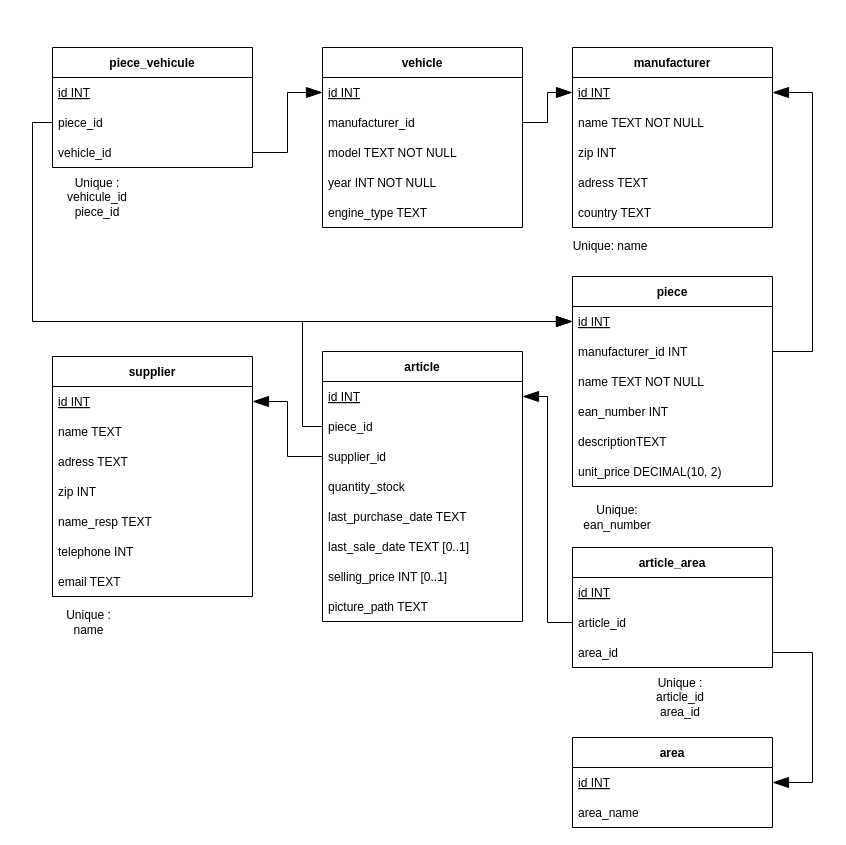
alexhohn/projet_garage keeps this draw.io diagram as Documentation/Schema/SQL_Garage_valide.drawio. Above is the earlier version. Source tidied: cells renumbered, new cells numbered last; positions are measured from the earlier drawing's top-left corner, leaving out a move shared by most shapes. Both pictures are drawn from the tidied source at 100%, with x=0, y=0 at pixel (-18, 47).
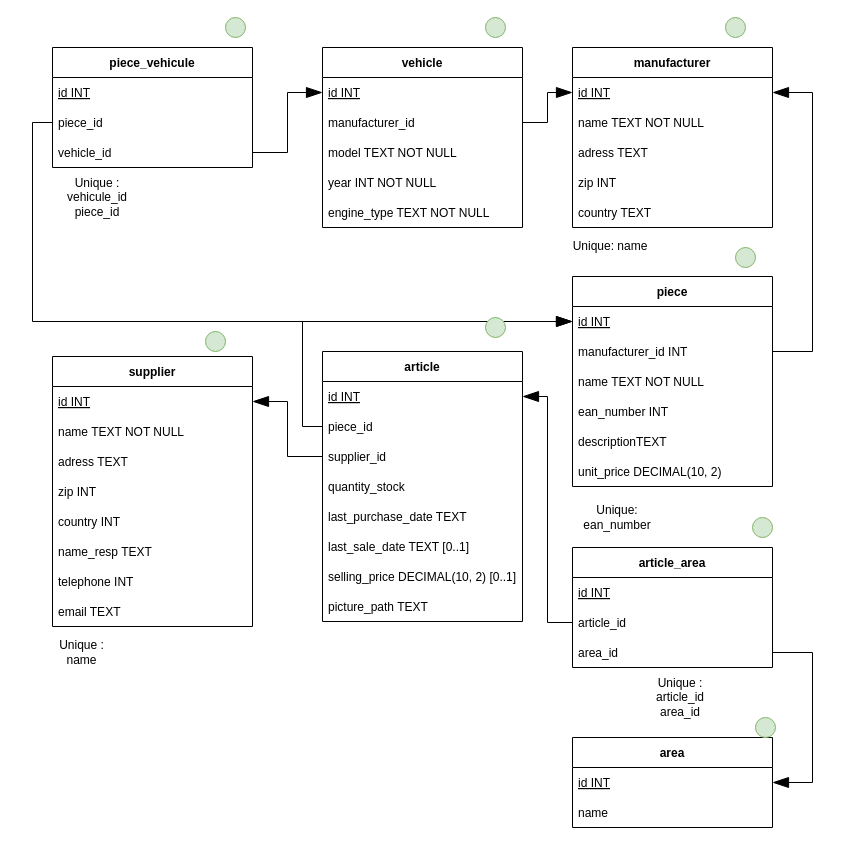
The same diagram, later.

The change refers to these unchanged cells:
```xml
<mxCell id="17" value="manufacturer" style="swimlane;fontStyle=1;horizontal=1;startSize=30;hachureGap=4;" parent="1" vertex="1">
  <mxGeometry x="590" width="200" height="180" as="geometry" />
</mxCell>
<mxCell id="23" value="vehicle" style="swimlane;fontStyle=1;horizontal=1;startSize=30;hachureGap=4;" parent="1" vertex="1">
  <mxGeometry x="340" width="200" height="180" as="geometry" />
</mxCell>
<mxCell id="29" value="area" style="swimlane;fontStyle=1;horizontal=1;startSize=30;hachureGap=4;" parent="1" vertex="1">
  <mxGeometry x="590" y="690" width="200" height="90" as="geometry" />
</mxCell>
<mxCell id="41" value="article" style="swimlane;fontStyle=1;horizontal=1;startSize=30;hachureGap=4;" parent="1" vertex="1">
  <mxGeometry x="340" y="304" width="200" height="270" as="geometry" />
</mxCell>
```

The edit, as a diff of the source:
```diff
@@
     <mxCell id="2" value="supplier" style="swimlane;fontStyle=1;horizontal=1;startSize=30;hachureGap=4;" parent="1" vertex="1">
-      <mxGeometry x="70" y="309" width="200" height="240" as="geometry" />
+      <mxGeometry x="70" y="309" width="200" height="270" as="geometry" />
     </mxCell>
@@
-    <mxCell id="4" value="name TEXT" style="text;strokeColor=none;fillColor=none;align=left;verticalAlign=middle;spacingLeft=4;spacingRight=4;overflow=hidden;" parent="2" vertex="1">
+    <mxCell id="4" value="name TEXT NOT NULL" style="text;strokeColor=none;fillColor=none;align=left;verticalAlign=middle;spacingLeft=4;spacingRight=4;overflow=hidden;" parent="2" vertex="1">
       <mxGeometry y="60" width="200" height="30" as="geometry" />
     </mxCell>
@@
+    <mxCell id="62" value="country INT" style="text;strokeColor=none;fillColor=none;align=left;verticalAlign=middle;spacingLeft=4;spacingRight=4;overflow=hidden;" parent="2" vertex="1">
+      <mxGeometry y="150" width="200" height="30" as="geometry" />
+    </mxCell>
     <mxCell id="7" value="name_resp TEXT " style="text;strokeColor=none;fillColor=none;align=left;verticalAlign=middle;spacingLeft=4;spacingRight=4;overflow=hidden;" parent="2" vertex="1">
-      <mxGeometry y="150" width="200" height="30" as="geometry" />
+      <mxGeometry y="180" width="200" height="30" as="geometry" />
     </mxCell>
     <mxCell id="8" value="telephone INT " style="text;strokeColor=none;fillColor=none;align=left;verticalAlign=middle;spacingLeft=4;spacingRight=4;overflow=hidden;" parent="2" vertex="1">
-      <mxGeometry y="180" width="200" height="30" as="geometry" />
+      <mxGeometry y="210" width="200" height="30" as="geometry" />
     </mxCell>
     <mxCell id="9" value="email TEXT " style="text;strokeColor=none;fillColor=none;align=left;verticalAlign=middle;spacingLeft=4;spacingRight=4;overflow=hidden;" parent="2" vertex="1">
-      <mxGeometry y="210" width="200" height="30" as="geometry" />
+      <mxGeometry y="240" width="200" height="30" as="geometry" />
     </mxCell>
@@
+    <mxCell id="21" value="adress TEXT" style="text;strokeColor=none;fillColor=none;align=left;verticalAlign=middle;spacingLeft=4;spacingRight=4;overflow=hidden;" parent="17" vertex="1">
+      <mxGeometry y="90" width="200" height="30" as="geometry" />
+    </mxCell>
     <mxCell id="20" value="zip INT" style="text;strokeColor=none;fillColor=none;align=left;verticalAlign=middle;spacingLeft=4;spacingRight=4;overflow=hidden;" parent="17" vertex="1">
-      <mxGeometry y="90" width="200" height="30" as="geometry" />
+      <mxGeometry y="120" width="200" height="30" as="geometry" />
     </mxCell>
-    <mxCell id="21" value="adress TEXT" style="text;strokeColor=none;fillColor=none;align=left;verticalAlign=middle;spacingLeft=4;spacingRight=4;overflow=hidden;" parent="17" vertex="1">
-      <mxGeometry y="120" width="200" height="30" as="geometry" />
-    </mxCell>
@@
-    <mxCell id="28" value="engine_type TEXT " style="text;strokeColor=none;fillColor=none;align=left;verticalAlign=middle;spacingLeft=4;spacingRight=4;overflow=hidden;" parent="23" vertex="1">
+    <mxCell id="28" value="engine_type TEXT NOT NULL" style="text;strokeColor=none;fillColor=none;align=left;verticalAlign=middle;spacingLeft=4;spacingRight=4;overflow=hidden;" parent="23" vertex="1">
       <mxGeometry y="150" width="200" height="30" as="geometry" />
     </mxCell>
@@
-    <mxCell id="31" value="area_name" style="text;strokeColor=none;fillColor=none;align=left;verticalAlign=middle;spacingLeft=4;spacingRight=4;overflow=hidden;fontStyle=0;" parent="29" vertex="1">
+    <mxCell id="31" value="name" style="text;strokeColor=none;fillColor=none;align=left;verticalAlign=middle;spacingLeft=4;spacingRight=4;overflow=hidden;fontStyle=0;" parent="29" vertex="1">
       <mxGeometry y="60" width="200" height="30" as="geometry" />
     </mxCell>
@@
     <mxCell id="40" value="Unique :&lt;br&gt;name " style="text;html=1;strokeColor=none;fillColor=none;align=center;verticalAlign=middle;whiteSpace=wrap;rounded=0;hachureGap=4;" parent="1" vertex="1">
-      <mxGeometry x="70" y="560" width="73" height="30" as="geometry" />
+      <mxGeometry x="63" y="590" width="73" height="30" as="geometry" />
     </mxCell>
@@
-    <mxCell id="48" value="selling_price INT [0..1]" style="text;strokeColor=none;fillColor=none;align=left;verticalAlign=middle;spacingLeft=4;spacingRight=4;overflow=hidden;fontStyle=0;" parent="41" vertex="1">
+    <mxCell id="48" value="selling_price DECIMAL(10, 2) [0..1]" style="text;strokeColor=none;fillColor=none;align=left;verticalAlign=middle;spacingLeft=4;spacingRight=4;overflow=hidden;fontStyle=0;" parent="41" vertex="1">
       <mxGeometry y="210" width="200" height="30" as="geometry" />
     </mxCell>
@@
+    <mxCell id="63" style="ellipse;whiteSpace=wrap;html=1;hachureGap=4;fillColor=#d5e8d4;strokeColor=#82b366;" parent="1" vertex="1">
+      <mxGeometry x="743" y="-30" width="20" height="20" as="geometry" />
+    </mxCell>
+    <mxCell id="64" style="ellipse;whiteSpace=wrap;html=1;hachureGap=4;fillColor=#d5e8d4;strokeColor=#82b366;" parent="1" vertex="1">
+      <mxGeometry x="753" y="200" width="20" height="20" as="geometry" />
+    </mxCell>
+    <mxCell id="65" style="ellipse;whiteSpace=wrap;html=1;hachureGap=4;fillColor=#d5e8d4;strokeColor=#82b366;" parent="1" vertex="1">
+      <mxGeometry x="223" y="284" width="20" height="20" as="geometry" />
+    </mxCell>
+    <mxCell id="66" style="ellipse;whiteSpace=wrap;html=1;hachureGap=4;fillColor=#d5e8d4;strokeColor=#82b366;" parent="1" vertex="1">
+      <mxGeometry x="773" y="670" width="20" height="20" as="geometry" />
+    </mxCell>
+    <mxCell id="67" style="ellipse;whiteSpace=wrap;html=1;hachureGap=4;fillColor=#d5e8d4;strokeColor=#82b366;" parent="1" vertex="1">
+      <mxGeometry x="503" y="270" width="20" height="20" as="geometry" />
+    </mxCell>
+    <mxCell id="68" style="ellipse;whiteSpace=wrap;html=1;hachureGap=4;fillColor=#d5e8d4;strokeColor=#82b366;" parent="1" vertex="1">
+      <mxGeometry x="770" y="470" width="20" height="20" as="geometry" />
+    </mxCell>
+    <mxCell id="69" style="ellipse;whiteSpace=wrap;html=1;hachureGap=4;fillColor=#d5e8d4;strokeColor=#82b366;" parent="1" vertex="1">
+      <mxGeometry x="503" y="-30" width="20" height="20" as="geometry" />
+    </mxCell>
+    <mxCell id="70" style="ellipse;whiteSpace=wrap;html=1;hachureGap=4;fillColor=#d5e8d4;strokeColor=#82b366;" parent="1" vertex="1">
+      <mxGeometry x="243" y="-30" width="20" height="20" as="geometry" />
+    </mxCell>
```
